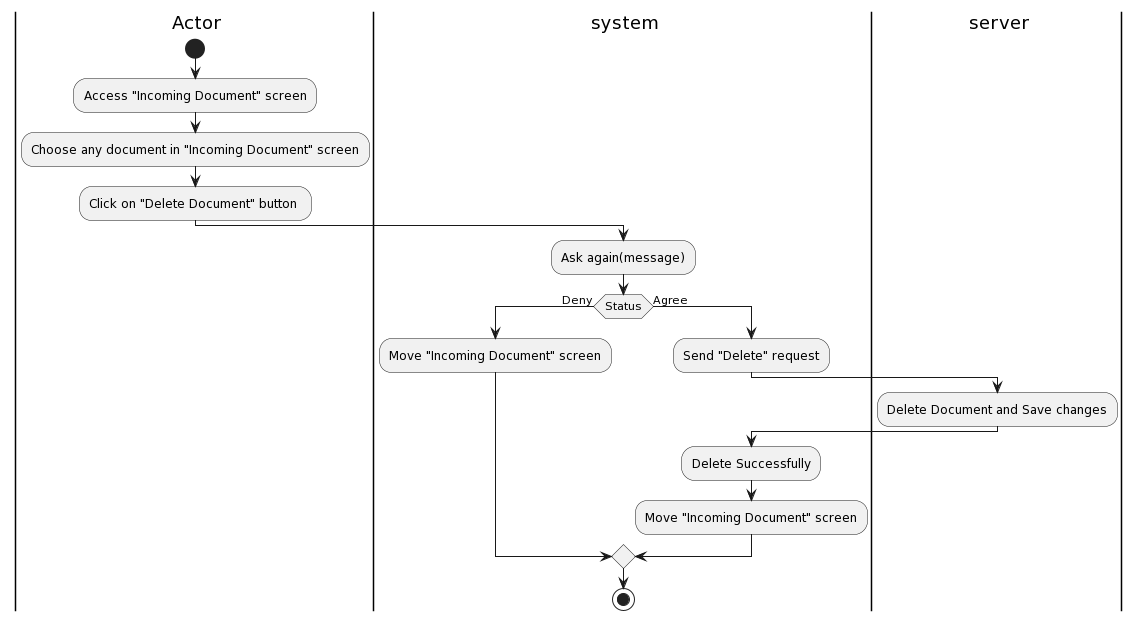
khoapham1003/SE357-Pratice-class keeps this PlantUML diagram as Lab1/Lab1.2/Activity Diagram/IncomingDocument/DeleteIncomingDocument/DeleteIncomingDocument.png. Above is the earlier version.
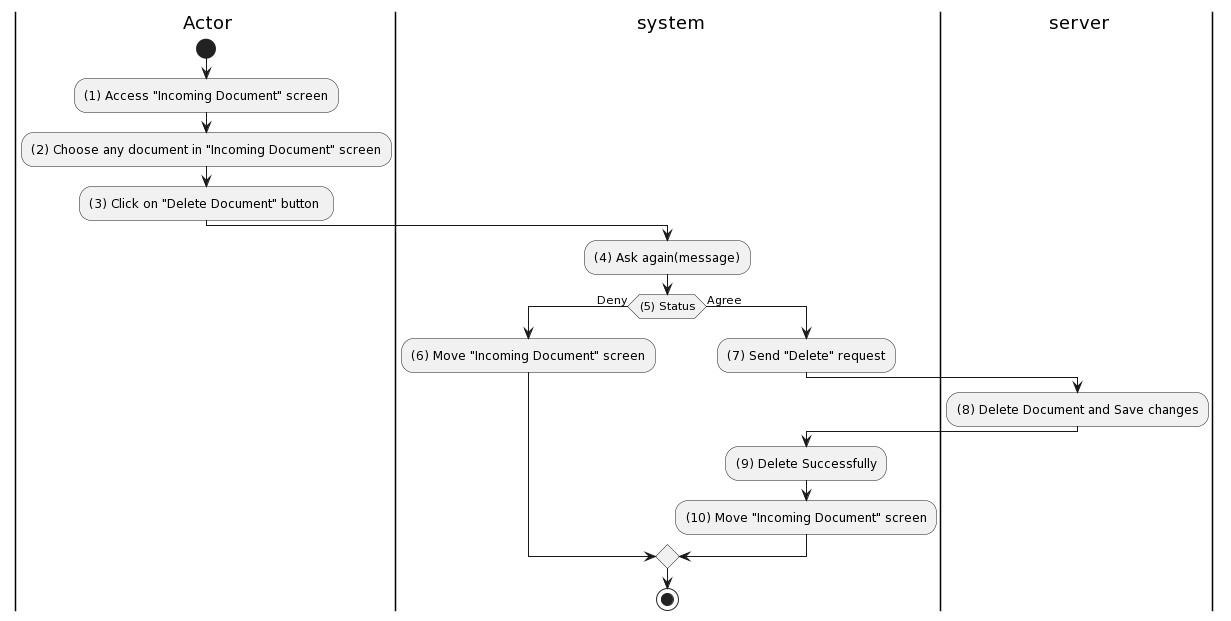
Later version of the same file.

The edit, as a diff of the source:
```diff
@@ -4,22 +4,22 @@
 |ser| server
 |a|
 start
-:Access "Incoming Document" screen;
-:Choose any document in "Incoming Document" screen;
-:Click on "Delete Document" button ;
+:(1) Access "Incoming Document" screen;
+:(2) Choose any document in "Incoming Document" screen;
+:(3) Click on "Delete Document" button ;
 |sys|
-:Ask again(message);
+:(4) Ask again(message);
 |sys|
-if (Status) then (Deny)
+if ((5) Status) then (Deny)
 |sys|
-:Move "Incoming Document" screen;
+:(6) Move "Incoming Document" screen;
 else (Agree)
-:Send "Delete" request;
+:(7) Send "Delete" request;
 |ser|
-:Delete Document and Save changes;
+:(8) Delete Document and Save changes;
 |sys|
-:Delete Successfully;
-:Move "Incoming Document" screen;
+:(9) Delete Successfully;
+:(10) Move "Incoming Document" screen;
 endif
 
 
```
